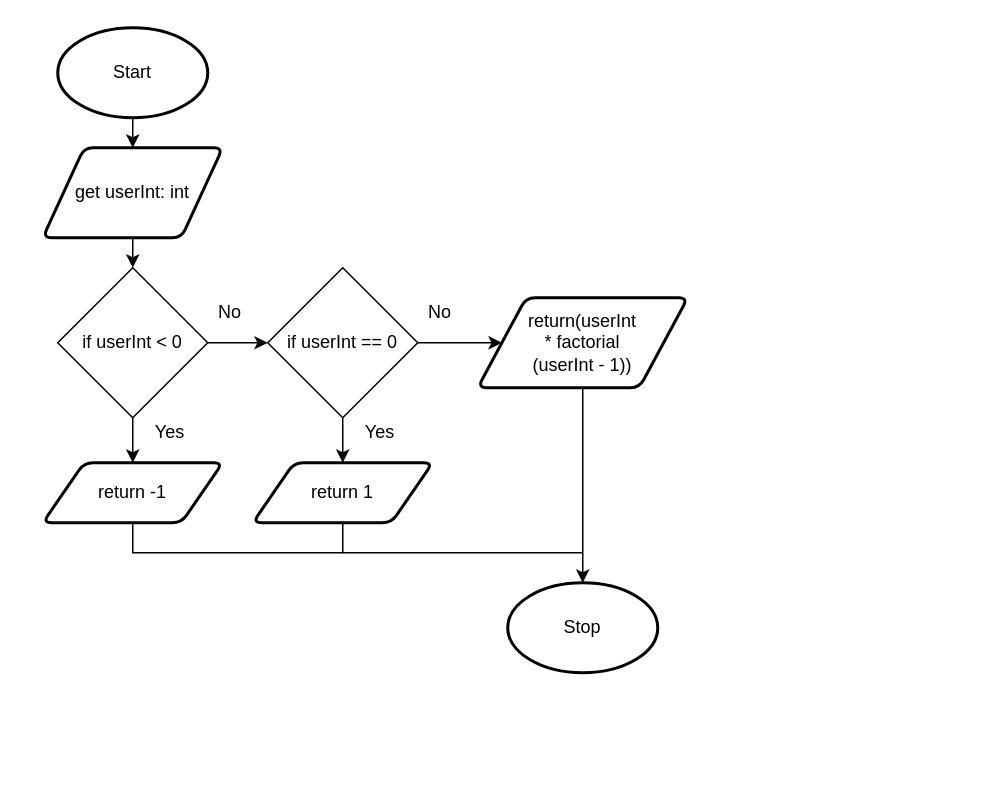
Before: drawio/flowchart.drawio in Aidan-Lalonde-Novales/ics4u-unit3-03-typescript, a draw.io diagram. Source tidied: cells renumbered, new cells numbered last; positions are measured from the earlier drawing's top-left corner, leaving out a move shared by most shapes. Both pictures are drawn from the tidied source at 150%, with x=0, y=0 at pixel (42, 27).
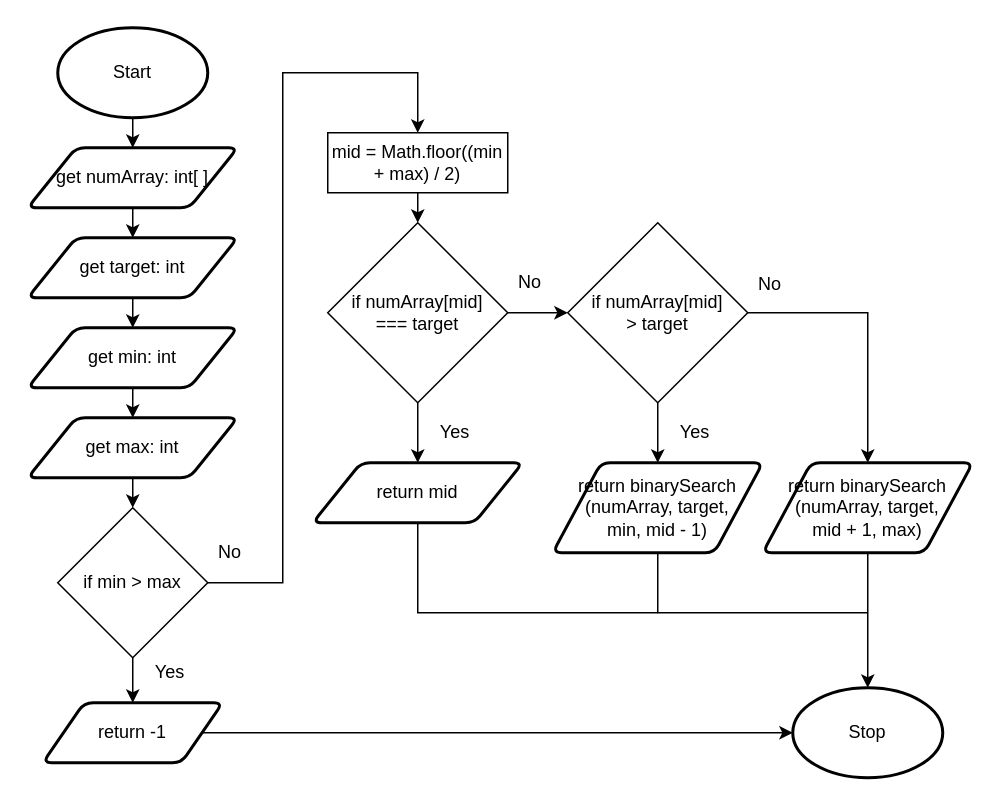
Above is the later version.

The edit, as a diff of the source:
```diff
@@
-    <mxCell id="4" style="edgeStyle=none;html=1;exitX=0.5;exitY=1;exitDx=0;exitDy=0;entryX=0.5;entryY=0;entryDx=0;entryDy=0;" parent="1" edge="1" source="5" target="18">
-      <mxGeometry relative="1" as="geometry" />
+    <mxCell id="4" style="edgeStyle=none;html=1;exitX=0.5;exitY=1;exitDx=0;exitDy=0;entryX=0.5;entryY=0;entryDx=0;entryDy=0;" parent="1" edge="1" target="18">
+      <mxGeometry relative="1" as="geometry">
+        <mxPoint x="60" y="300" as="sourcePoint" />
+      </mxGeometry>
     </mxCell>
+    <mxCell id="23" style="edgeStyle=none;html=1;exitX=0.5;exitY=1;exitDx=0;exitDy=0;entryX=0.5;entryY=0;entryDx=0;entryDy=0;" parent="1" edge="1" source="5" target="28">
+      <mxGeometry relative="1" as="geometry" />
+    </mxCell>
-    <mxCell id="5" value="get userInt: int" style="shape=parallelogram;html=1;strokeWidth=2;perimeter=parallelogramPerimeter;whiteSpace=wrap;rounded=1;arcSize=12;size=0.23;" parent="1" vertex="1">
-      <mxGeometry y="80" width="120" height="60" as="geometry" />
+    <mxCell id="5" value="get numArray: int[ ]" style="shape=parallelogram;html=1;strokeWidth=2;perimeter=parallelogramPerimeter;whiteSpace=wrap;rounded=1;arcSize=12;size=0.23;" parent="1" vertex="1">
+      <mxGeometry x="-10" y="80" width="140" height="40" as="geometry" />
     </mxCell>
     <mxCell id="6" value="Stop" style="strokeWidth=2;html=1;shape=mxgraph.flowchart.start_1;whiteSpace=wrap;" parent="1" vertex="1">
-      <mxGeometry x="310" y="370" width="100" height="60" as="geometry" />
+      <mxGeometry x="500" y="440" width="100" height="60" as="geometry" />
     </mxCell>
-    <mxCell id="7" style="edgeStyle=none;html=1;exitX=0.5;exitY=1;exitDx=0;exitDy=0;entryX=0.5;entryY=0;entryDx=0;entryDy=0;entryPerimeter=0;" parent="1" edge="1" source="14" target="6">
-      <mxGeometry relative="1" as="geometry" />
-    </mxCell>
-    <mxCell id="8" style="edgeStyle=none;html=1;exitX=0.5;exitY=1;exitDx=0;exitDy=0;" parent="1" edge="1" source="10">
-      <mxGeometry relative="1" as="geometry">
-        <mxPoint x="200" y="290" as="targetPoint" />
-      </mxGeometry>
-    </mxCell>
-    <mxCell id="9" style="edgeStyle=none;html=1;exitX=1;exitY=0.5;exitDx=0;exitDy=0;entryX=0;entryY=0.5;entryDx=0;entryDy=0;" parent="1" edge="1" source="10" target="14">
-      <mxGeometry relative="1" as="geometry" />
-    </mxCell>
-    <mxCell id="10" value="if userInt == 0" style="rhombus;whiteSpace=wrap;html=1;" parent="1" vertex="1">
-      <mxGeometry x="150" y="160" width="100" height="100" as="geometry" />
-    </mxCell>
-    <mxCell id="11" style="edgeStyle=none;rounded=0;html=1;exitX=0.5;exitY=1;exitDx=0;exitDy=0;endArrow=none;endFill=0;strokeWidth=1;" parent="1" edge="1" source="12">
-      <mxGeometry relative="1" as="geometry">
-        <mxPoint x="360" y="350" as="targetPoint" />
-        <Array as="points">
-          <mxPoint x="200" y="350" />
-        </Array>
-      </mxGeometry>
-    </mxCell>
-    <mxCell id="12" value="return 1" style="shape=parallelogram;html=1;strokeWidth=2;perimeter=parallelogramPerimeter;whiteSpace=wrap;rounded=1;arcSize=12;size=0.23;" parent="1" vertex="1">
-      <mxGeometry x="140" y="290" width="120" height="40" as="geometry" />
-    </mxCell>
-    <mxCell id="13" value="Yes" style="text;html=1;strokeColor=none;fillColor=none;align=center;verticalAlign=middle;whiteSpace=wrap;rounded=0;" parent="1" vertex="1">
-      <mxGeometry x="210" y="260" width="30" height="20" as="geometry" />
-    </mxCell>
+    <mxCell id="24" style="edgeStyle=none;rounded=0;html=1;exitX=0.5;exitY=1;exitDx=0;exitDy=0;endArrow=none;endFill=0;" parent="1" edge="1" source="14">
+      <mxGeometry relative="1" as="geometry">
+        <mxPoint x="550" y="390" as="targetPoint" />
+        <Array as="points">
+          <mxPoint x="410" y="390" />
+        </Array>
+      </mxGeometry>
+    </mxCell>
-    <mxCell id="14" value="return(userInt &lt;br&gt;* factorial&lt;br&gt;(userInt - 1))" style="shape=parallelogram;html=1;strokeWidth=2;perimeter=parallelogramPerimeter;whiteSpace=wrap;rounded=1;arcSize=12;size=0.23;" parent="1" vertex="1">
-      <mxGeometry x="290" y="180" width="140" height="60" as="geometry" />
+    <mxCell id="14" value="return binarySearch&lt;br&gt;(numArray, target, &lt;br&gt;min, mid - 1)" style="shape=parallelogram;html=1;strokeWidth=2;perimeter=parallelogramPerimeter;whiteSpace=wrap;rounded=1;arcSize=12;size=0.23;" parent="1" vertex="1">
+      <mxGeometry x="340" y="290" width="140" height="60" as="geometry" />
     </mxCell>
-    <mxCell id="15" value="No" style="text;html=1;strokeColor=none;fillColor=none;align=center;verticalAlign=middle;whiteSpace=wrap;rounded=0;" parent="1" vertex="1">
-      <mxGeometry x="250" y="180" width="30" height="20" as="geometry" />
-    </mxCell>
-    <mxCell id="16" style="edgeStyle=none;html=1;exitX=1;exitY=0.5;exitDx=0;exitDy=0;entryX=0;entryY=0.5;entryDx=0;entryDy=0;" parent="1" edge="1" source="18" target="10">
-      <mxGeometry relative="1" as="geometry" />
+    <mxCell id="16" style="edgeStyle=none;html=1;exitX=1;exitY=0.5;exitDx=0;exitDy=0;rounded=0;entryX=0.5;entryY=0;entryDx=0;entryDy=0;" parent="1" edge="1" source="18" target="38">
+      <mxGeometry relative="1" as="geometry">
+        <Array as="points">
+          <mxPoint x="160" y="370" />
+          <mxPoint x="160" y="30" />
+          <mxPoint x="250" y="30" />
+        </Array>
+      </mxGeometry>
     </mxCell>
-    <mxCell id="17" style="edgeStyle=none;html=1;exitX=0.5;exitY=1;exitDx=0;exitDy=0;entryX=0.5;entryY=0;entryDx=0;entryDy=0;" parent="1" edge="1" source="18" target="21">
-      <mxGeometry relative="1" as="geometry" />
+    <mxCell id="17" style="edgeStyle=none;html=1;exitX=0.5;exitY=1;exitDx=0;exitDy=0;entryX=0.5;entryY=0;entryDx=0;entryDy=0;" parent="1" edge="1" source="18">
+      <mxGeometry relative="1" as="geometry">
+        <mxPoint x="60" y="450" as="targetPoint" />
+      </mxGeometry>
     </mxCell>
-    <mxCell id="18" value="if userInt &amp;lt; 0" style="rhombus;whiteSpace=wrap;html=1;" parent="1" vertex="1">
-      <mxGeometry x="10" y="160" width="100" height="100" as="geometry" />
+    <mxCell id="18" value="if min &amp;gt; max" style="rhombus;whiteSpace=wrap;html=1;" parent="1" vertex="1">
+      <mxGeometry x="10" y="320" width="100" height="100" as="geometry" />
     </mxCell>
     <mxCell id="19" value="No" style="text;html=1;strokeColor=none;fillColor=none;align=center;verticalAlign=middle;whiteSpace=wrap;rounded=0;" parent="1" vertex="1">
-      <mxGeometry x="110" y="180" width="30" height="20" as="geometry" />
+      <mxGeometry x="110" y="340" width="30" height="20" as="geometry" />
     </mxCell>
-    <mxCell id="20" style="edgeStyle=none;rounded=0;html=1;exitX=0.5;exitY=1;exitDx=0;exitDy=0;strokeWidth=1;endArrow=none;endFill=0;" parent="1" edge="1" source="21">
-      <mxGeometry relative="1" as="geometry">
-        <mxPoint x="200" y="350" as="targetPoint" />
-        <Array as="points">
-          <mxPoint x="60" y="350" />
-          <mxPoint x="200" y="350" />
-        </Array>
-      </mxGeometry>
-    </mxCell>
+    <mxCell id="22" value="Yes" style="text;html=1;strokeColor=none;fillColor=none;align=center;verticalAlign=middle;whiteSpace=wrap;rounded=0;" parent="1" vertex="1">
+      <mxGeometry x="70" y="420" width="30" height="20" as="geometry" />
+    </mxCell>
+    <mxCell id="25" style="edgeStyle=none;rounded=0;html=1;exitX=1;exitY=0.5;exitDx=0;exitDy=0;entryX=0;entryY=0.5;entryDx=0;entryDy=0;entryPerimeter=0;" parent="1" edge="1" source="21" target="6">
+      <mxGeometry relative="1" as="geometry" />
+    </mxCell>
     <mxCell id="21" value="return -1" style="shape=parallelogram;html=1;strokeWidth=2;perimeter=parallelogramPerimeter;whiteSpace=wrap;rounded=1;arcSize=12;size=0.23;" parent="1" vertex="1">
-      <mxGeometry y="290" width="120" height="40" as="geometry" />
+      <mxGeometry y="450" width="120" height="40" as="geometry" />
     </mxCell>
-    <mxCell id="22" value="Yes" style="text;html=1;strokeColor=none;fillColor=none;align=center;verticalAlign=middle;whiteSpace=wrap;rounded=0;" parent="1" vertex="1">
-      <mxGeometry x="70" y="260" width="30" height="20" as="geometry" />
-    </mxCell>
+    <mxCell id="26" style="edgeStyle=none;rounded=0;html=1;exitX=0.5;exitY=1;exitDx=0;exitDy=0;strokeWidth=1;endArrow=none;endFill=0;" parent="1" edge="1" target="21">
+      <mxGeometry relative="1" as="geometry">
+        <mxPoint x="60" y="490" as="sourcePoint" />
+      </mxGeometry>
+    </mxCell>
+    <mxCell id="27" style="edgeStyle=none;html=1;exitX=0.5;exitY=1;exitDx=0;exitDy=0;entryX=0.5;entryY=0;entryDx=0;entryDy=0;" parent="1" edge="1" source="28" target="30">
+      <mxGeometry relative="1" as="geometry" />
+    </mxCell>
+    <mxCell id="28" value="get target: int" style="shape=parallelogram;html=1;strokeWidth=2;perimeter=parallelogramPerimeter;whiteSpace=wrap;rounded=1;arcSize=12;size=0.23;" parent="1" vertex="1">
+      <mxGeometry x="-10" y="140" width="140" height="40" as="geometry" />
+    </mxCell>
+    <mxCell id="29" style="edgeStyle=none;html=1;exitX=0.5;exitY=1;exitDx=0;exitDy=0;entryX=0.5;entryY=0;entryDx=0;entryDy=0;" parent="1" edge="1" source="30" target="31">
+      <mxGeometry relative="1" as="geometry" />
+    </mxCell>
+    <mxCell id="30" value="get min: int" style="shape=parallelogram;html=1;strokeWidth=2;perimeter=parallelogramPerimeter;whiteSpace=wrap;rounded=1;arcSize=12;size=0.23;" parent="1" vertex="1">
+      <mxGeometry x="-10" y="200" width="140" height="40" as="geometry" />
+    </mxCell>
+    <mxCell id="31" value="get max: int" style="shape=parallelogram;html=1;strokeWidth=2;perimeter=parallelogramPerimeter;whiteSpace=wrap;rounded=1;arcSize=12;size=0.23;" parent="1" vertex="1">
+      <mxGeometry x="-10" y="260" width="140" height="40" as="geometry" />
+    </mxCell>
+    <mxCell id="32" style="edgeStyle=none;rounded=0;html=1;exitX=1;exitY=0.5;exitDx=0;exitDy=0;entryX=0;entryY=0.5;entryDx=0;entryDy=0;" parent="1" edge="1" source="34" target="41">
+      <mxGeometry relative="1" as="geometry" />
+    </mxCell>
+    <mxCell id="33" style="edgeStyle=none;rounded=0;html=1;exitX=0.5;exitY=1;exitDx=0;exitDy=0;entryX=0.5;entryY=0;entryDx=0;entryDy=0;" parent="1" edge="1" source="34" target="47">
+      <mxGeometry relative="1" as="geometry" />
+    </mxCell>
+    <mxCell id="34" value="if numArray[mid] &lt;br&gt;=== target" style="rhombus;whiteSpace=wrap;html=1;" parent="1" vertex="1">
+      <mxGeometry x="190" y="130" width="120" height="120" as="geometry" />
+    </mxCell>
+    <mxCell id="35" value="No" style="text;html=1;strokeColor=none;fillColor=none;align=center;verticalAlign=middle;whiteSpace=wrap;rounded=0;" parent="1" vertex="1">
+      <mxGeometry x="310" y="160" width="30" height="20" as="geometry" />
+    </mxCell>
+    <mxCell id="36" value="Yes" style="text;html=1;strokeColor=none;fillColor=none;align=center;verticalAlign=middle;whiteSpace=wrap;rounded=0;" parent="1" vertex="1">
+      <mxGeometry x="260" y="260" width="30" height="20" as="geometry" />
+    </mxCell>
+    <mxCell id="37" style="edgeStyle=none;rounded=0;html=1;exitX=0.5;exitY=1;exitDx=0;exitDy=0;entryX=0.5;entryY=0;entryDx=0;entryDy=0;" parent="1" edge="1" source="38" target="34">
+      <mxGeometry relative="1" as="geometry" />
+    </mxCell>
+    <mxCell id="38" value="mid = Math.floor((min + max) / 2)" style="rounded=0;whiteSpace=wrap;html=1;" parent="1" vertex="1">
+      <mxGeometry x="190" y="70" width="120" height="40" as="geometry" />
+    </mxCell>
+    <mxCell id="39" style="edgeStyle=none;rounded=0;html=1;exitX=0.5;exitY=1;exitDx=0;exitDy=0;entryX=0.5;entryY=0;entryDx=0;entryDy=0;" parent="1" edge="1" source="41" target="14">
+      <mxGeometry relative="1" as="geometry" />
+    </mxCell>
+    <mxCell id="40" style="edgeStyle=none;rounded=0;html=1;exitX=1;exitY=0.5;exitDx=0;exitDy=0;entryX=0.5;entryY=0;entryDx=0;entryDy=0;" parent="1" edge="1" source="41" target="45">
+      <mxGeometry relative="1" as="geometry">
+        <Array as="points">
+          <mxPoint x="550" y="190" />
+        </Array>
+      </mxGeometry>
+    </mxCell>
+    <mxCell id="41" value="if numArray[mid] &lt;br&gt;&amp;gt; target" style="rhombus;whiteSpace=wrap;html=1;" parent="1" vertex="1">
+      <mxGeometry x="350" y="130" width="120" height="120" as="geometry" />
+    </mxCell>
+    <mxCell id="42" value="No" style="text;html=1;strokeColor=none;fillColor=none;align=center;verticalAlign=middle;whiteSpace=wrap;rounded=0;" parent="1" vertex="1">
+      <mxGeometry x="470" y="161" width="30" height="20" as="geometry" />
+    </mxCell>
+    <mxCell id="43" value="Yes" style="text;html=1;strokeColor=none;fillColor=none;align=center;verticalAlign=middle;whiteSpace=wrap;rounded=0;" parent="1" vertex="1">
+      <mxGeometry x="420" y="260" width="30" height="20" as="geometry" />
+    </mxCell>
+    <mxCell id="44" style="edgeStyle=none;rounded=0;html=1;exitX=0.5;exitY=1;exitDx=0;exitDy=0;entryX=0.5;entryY=0;entryDx=0;entryDy=0;entryPerimeter=0;" parent="1" edge="1" source="45" target="6">
+      <mxGeometry relative="1" as="geometry" />
+    </mxCell>
+    <mxCell id="45" value="return binarySearch&lt;br&gt;(numArray, target, &lt;br&gt;mid + 1, max)" style="shape=parallelogram;html=1;strokeWidth=2;perimeter=parallelogramPerimeter;whiteSpace=wrap;rounded=1;arcSize=12;size=0.23;" parent="1" vertex="1">
+      <mxGeometry x="480" y="290" width="140" height="60" as="geometry" />
+    </mxCell>
+    <mxCell id="46" style="edgeStyle=none;rounded=0;html=1;exitX=0.5;exitY=1;exitDx=0;exitDy=0;endArrow=none;endFill=0;" parent="1" edge="1" source="47">
+      <mxGeometry relative="1" as="geometry">
+        <mxPoint x="410" y="390" as="targetPoint" />
+        <Array as="points">
+          <mxPoint x="250" y="390" />
+        </Array>
+      </mxGeometry>
+    </mxCell>
+    <mxCell id="47" value="return mid" style="shape=parallelogram;html=1;strokeWidth=2;perimeter=parallelogramPerimeter;whiteSpace=wrap;rounded=1;arcSize=12;size=0.23;" parent="1" vertex="1">
+      <mxGeometry x="180" y="290" width="140" height="40" as="geometry" />
+    </mxCell>
```
